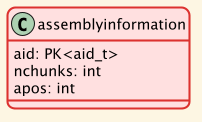
Earlier version of the PlantUML export out/relations.uml/assembly/assemblyinformation.png (eLyKseeR/modelling).
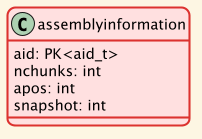
Above is the later version.

Commit message:
snapshot store

Diff of the diagram source:
```diff
@@ -6,5 +6,6 @@
     aid: PK<aid_t>
     nchunks: int
     apos: int
+    snapshot: int
 }
 @enduml
```
